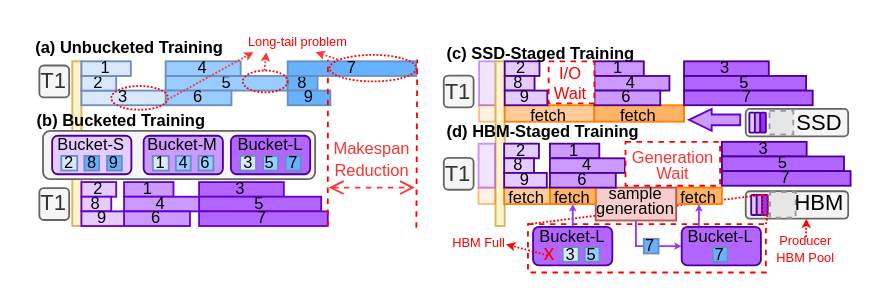
Earlier version of the draw.io diagram 7.14心脏矢量图/design_slot.drawio (GoodMorningSir/My_drawioPicture). Source tidied: cells renumbered, new cells numbered last; positions are measured from the earlier drawing's top-left corner, leaving out a move shared by most shapes. Both pictures are drawn from the tidied source at 183%, with x=0, y=0 at pixel (33, 31). Pictures stored in the file or linked from it are replaced by grey dashed boxes.
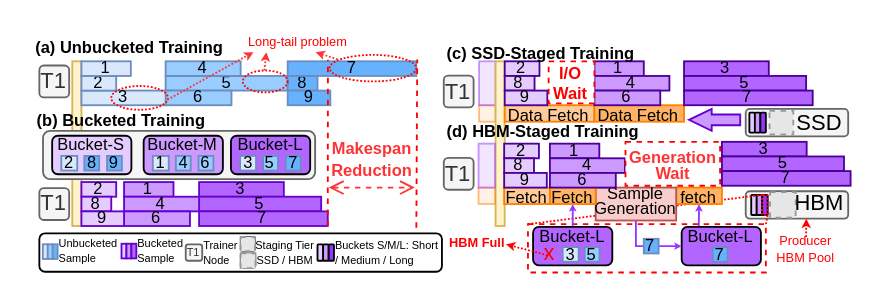
The same diagram, later.

Unchanged cells that the change refers to:
```xml
<mxCell id="5" style="group;" parent="1" vertex="1">
  <mxGeometry x="392" y="89" width="9" height="11" as="geometry" />
</mxCell>
<mxCell id="53" style="group;fillColor=none;" parent="1" vertex="1">
  <mxGeometry x="5" y="54" width="148.7" height="26.4" as="geometry" />
</mxCell>
<mxCell id="89" style="group;" parent="1" vertex="1">
  <mxGeometry x="272.8" y="106.5" width="43.3" height="21" as="geometry" />
</mxCell>
<mxCell id="95" style="group;" parent="1" vertex="1">
  <mxGeometry x="354" y="106.5" width="43.3" height="21" as="geometry" />
</mxCell>
<mxCell id="101" style="group;" parent="1" vertex="1">
  <mxGeometry x="389" y="42" width="56" height="15" as="geometry" />
</mxCell>
<mxCell id="115" style="group;" parent="1" vertex="1">
  <mxGeometry x="307" y="82" width="44" height="21" as="geometry" />
</mxCell>
```

Change to the diagram source:
```diff
@@
-    <mxCell id="6" style="rounded=1;whiteSpace=wrap;html=1;fontSize=9;strokeColor=#4C0099;fillColor=#E5CCFF;" parent="5" vertex="1">
+    <mxCell id="6" style="rounded=1;whiteSpace=wrap;html=1;fontSize=9;strokeColor=#000000;fillColor=#E5CCFF;" parent="5" vertex="1">
       <mxGeometry width="3" height="11" as="geometry" />
     </mxCell>
-    <mxCell id="7" style="rounded=1;whiteSpace=wrap;html=1;fontSize=9;strokeColor=#4C0099;fillColor=#CC99FF;" parent="5" vertex="1">
+    <mxCell id="7" style="rounded=1;whiteSpace=wrap;html=1;fontSize=9;strokeColor=#000000;fillColor=#CC99FF;" parent="5" vertex="1">
       <mxGeometry x="3" width="3" height="11" as="geometry" />
     </mxCell>
-    <mxCell id="8" style="rounded=1;whiteSpace=wrap;html=1;fontSize=9;strokeColor=#4C0099;fillColor=#9933FF;" parent="5" vertex="1">
+    <mxCell id="8" style="rounded=1;whiteSpace=wrap;html=1;fontSize=9;strokeColor=#000000;fillColor=#9933FF;" parent="5" vertex="1">
       <mxGeometry x="6" width="3" height="11" as="geometry" />
     </mxCell>
@@
-    <mxCell id="50" value="&lt;div style=&quot;line-height: 100%;&quot;&gt;&lt;font style=&quot;font-size: 9px; color: rgb(255, 51, 51); line-height: 100%;&quot;&gt;Makespan Reduction&lt;/font&gt;&lt;/div&gt;" style="text;html=1;whiteSpace=wrap;strokeColor=none;fillColor=none;align=center;verticalAlign=middle;rounded=0;" parent="1" vertex="1">
+    <mxCell id="50" value="&lt;div style=&quot;line-height: 100%;&quot;&gt;&lt;font style=&quot;font-size: 9px; color: rgb(255, 51, 51); line-height: 100%;&quot;&gt;&lt;b&gt;Makespan Reduction&lt;/b&gt;&lt;/font&gt;&lt;/div&gt;" style="text;html=1;whiteSpace=wrap;strokeColor=none;fillColor=none;align=center;verticalAlign=middle;rounded=0;" parent="1" vertex="1">
       <mxGeometry x="155" y="53" width="60" height="30" as="geometry" />
     </mxCell>
@@
-    <mxCell id="55" style="rounded=1;whiteSpace=wrap;html=1;fontSize=9;strokeColor=#4C0099;fillColor=#E5CCFF;" parent="53" vertex="1">
+    <mxCell id="55" style="rounded=1;whiteSpace=wrap;html=1;fontSize=9;strokeColor=#000000;fillColor=#E5CCFF;" parent="53" vertex="1">
       <mxGeometry x="5" y="2.7" width="43.3" height="21" as="geometry" />
     </mxCell>
@@
-    <mxCell id="60" style="rounded=1;whiteSpace=wrap;html=1;fontSize=9;strokeColor=#4C0099;fillColor=#CC99FF;" parent="53" vertex="1">
+    <mxCell id="60" style="rounded=1;whiteSpace=wrap;html=1;fontSize=9;strokeColor=default;fillColor=#CC99FF;" parent="53" vertex="1">
       <mxGeometry x="55" y="2.7" width="43.3" height="21" as="geometry" />
     </mxCell>
@@
-    <mxCell id="65" style="rounded=1;whiteSpace=wrap;html=1;fontSize=9;strokeColor=#4C0099;fillColor=#B266FF;" parent="53" vertex="1">
+    <mxCell id="65" style="rounded=1;whiteSpace=wrap;html=1;fontSize=9;strokeColor=#000000;fillColor=#B266FF;" parent="53" vertex="1">
       <mxGeometry x="102.7" y="2.7" width="43.3" height="21" as="geometry" />
     </mxCell>
@@
-    <mxCell id="71" value="&lt;div style=&quot;line-height: 70%;&quot;&gt;&lt;span style=&quot;font-size: 9px; background-color: transparent; color: light-dark(rgb(0, 0, 0), rgb(255, 255, 255));&quot;&gt;fetch&lt;/span&gt;&lt;/div&gt;" style="text;html=1;whiteSpace=wrap;strokeColor=#FF8000;fillColor=#FFCC99;align=center;verticalAlign=middle;rounded=0;" parent="1" vertex="1">
+    <mxCell id="71" value="&lt;div style=&quot;line-height: 70%;&quot;&gt;&lt;span style=&quot;font-size: 9px; background-color: transparent; color: light-dark(rgb(0, 0, 0), rgb(255, 255, 255));&quot;&gt;Data Fetch&lt;/span&gt;&lt;/div&gt;" style="text;html=1;whiteSpace=wrap;strokeColor=#FF8000;fillColor=#FFCC99;align=center;verticalAlign=middle;rounded=0;" parent="1" vertex="1">
       <mxGeometry x="257.3" y="40" width="49" height="9" as="geometry" />
     </mxCell>
-    <mxCell id="72" value="&lt;div style=&quot;line-height: 70%;&quot;&gt;&lt;span style=&quot;font-size: 9px; background-color: transparent; color: light-dark(rgb(0, 0, 0), rgb(255, 255, 255));&quot;&gt;fetch&lt;/span&gt;&lt;/div&gt;" style="text;html=1;whiteSpace=wrap;strokeColor=#FF8000;fillColor=#FFB366;align=center;verticalAlign=middle;rounded=0;" parent="1" vertex="1">
+    <mxCell id="72" value="&lt;div style=&quot;line-height: 70%;&quot;&gt;&lt;span style=&quot;font-size: 9px; background-color: transparent; color: light-dark(rgb(0, 0, 0), rgb(255, 255, 255));&quot;&gt;Data Fetch&lt;/span&gt;&lt;/div&gt;" style="text;html=1;whiteSpace=wrap;strokeColor=#FF8000;fillColor=#FFB366;align=center;verticalAlign=middle;rounded=0;" parent="1" vertex="1">
       <mxGeometry x="306.3" y="40" width="49" height="9" as="geometry" />
     </mxCell>
@@
-    <mxCell id="90" style="rounded=1;whiteSpace=wrap;html=1;fontSize=9;strokeColor=#4C0099;fillColor=#B266FF;" parent="89" vertex="1">
+    <mxCell id="90" style="rounded=1;whiteSpace=wrap;html=1;fontSize=9;strokeColor=#000000;fillColor=#B266FF;" parent="89" vertex="1">
       <mxGeometry width="43.3" height="21" as="geometry" />
     </mxCell>
@@
-    <mxCell id="96" style="rounded=1;whiteSpace=wrap;html=1;fontSize=9;strokeColor=#4C0099;fillColor=#B266FF;" parent="95" vertex="1">
+    <mxCell id="96" style="rounded=1;whiteSpace=wrap;html=1;fontSize=9;strokeColor=#000000;fillColor=#B266FF;" parent="95" vertex="1">
       <mxGeometry width="43.3" height="21" as="geometry" />
     </mxCell>
@@
-    <mxCell id="105" style="group;" parent="101" vertex="1">
+    <mxCell id="105" style="group;strokeColor=none;" parent="101" vertex="1">
       <mxGeometry x="2" y="2" width="9" height="11" as="geometry" />
     </mxCell>
-    <mxCell id="106" style="rounded=1;whiteSpace=wrap;html=1;fontSize=9;strokeColor=#4C0099;fillColor=#E5CCFF;" parent="105" vertex="1">
+    <mxCell id="106" style="rounded=1;whiteSpace=wrap;html=1;fontSize=9;strokeColor=#000000;fillColor=#E5CCFF;" parent="105" vertex="1">
       <mxGeometry width="3" height="11" as="geometry" />
     </mxCell>
-    <mxCell id="107" style="rounded=1;whiteSpace=wrap;html=1;fontSize=9;strokeColor=#4C0099;fillColor=#CC99FF;" parent="105" vertex="1">
+    <mxCell id="107" style="rounded=1;whiteSpace=wrap;html=1;fontSize=9;strokeColor=#000000;fillColor=#CC99FF;" parent="105" vertex="1">
       <mxGeometry x="3" width="3" height="11" as="geometry" />
     </mxCell>
-    <mxCell id="108" style="rounded=1;whiteSpace=wrap;html=1;fontSize=9;strokeColor=#4C0099;fillColor=#9933FF;" parent="105" vertex="1">
+    <mxCell id="108" style="rounded=1;whiteSpace=wrap;html=1;fontSize=9;strokeColor=#000000;fillColor=#9933FF;" parent="105" vertex="1">
       <mxGeometry x="6" width="3" height="11" as="geometry" />
     </mxCell>
@@
-    <mxCell id="114" value="&lt;font style=&quot;font-size: 7px; color: rgb(255, 0, 0);&quot;&gt;HBM Full&lt;/font&gt;" style="text;html=1;whiteSpace=wrap;strokeColor=none;fillColor=none;align=center;verticalAlign=middle;rounded=0;" parent="1" vertex="1">
-      <mxGeometry x="228" y="108" width="31" height="11" as="geometry" />
+    <mxCell id="114" value="&lt;font style=&quot;font-size: 7px; color: rgb(255, 0, 0);&quot;&gt;&lt;b&gt;HBM Full&lt;/b&gt;&lt;/font&gt;" style="text;html=1;whiteSpace=wrap;strokeColor=none;fillColor=none;align=center;verticalAlign=middle;rounded=0;" parent="1" vertex="1">
+      <mxGeometry x="226" y="108" width="33" height="11" as="geometry" />
     </mxCell>
@@
-    <mxCell id="117" value="&lt;div style=&quot;line-height: 60%;&quot;&gt;&lt;font style=&quot;font-size: 9px; line-height: 60%;&quot;&gt;sample&lt;/font&gt;&lt;div&gt;&lt;font style=&quot;font-size: 9px; line-height: 60%;&quot;&gt;generation&lt;/font&gt;&lt;/div&gt;&lt;/div&gt;" style="text;html=1;whiteSpace=wrap;strokeColor=none;fillColor=none;align=center;verticalAlign=middle;rounded=0;" parent="115" vertex="1">
+    <mxCell id="117" value="&lt;div style=&quot;line-height: 60%;&quot;&gt;&lt;font style=&quot;font-size: 9px; line-height: 60%;&quot;&gt;Sample&lt;/font&gt;&lt;div&gt;&lt;font style=&quot;font-size: 9px; line-height: 60%;&quot;&gt;Generation&lt;/font&gt;&lt;/div&gt;&lt;/div&gt;" style="text;html=1;whiteSpace=wrap;strokeColor=none;fillColor=none;align=center;verticalAlign=middle;rounded=0;" parent="115" vertex="1">
       <mxGeometry x="1" width="42" height="19" as="geometry" />
     </mxCell>
-    <mxCell id="118" value="&lt;div style=&quot;line-height: 70%;&quot;&gt;&lt;span style=&quot;font-size: 9px; background-color: transparent; color: light-dark(rgb(0, 0, 0), rgb(255, 255, 255));&quot;&gt;fetch&lt;/span&gt;&lt;/div&gt;" style="text;html=1;whiteSpace=wrap;strokeColor=#FF8000;fillColor=#FFB366;align=center;verticalAlign=middle;rounded=0;" parent="1" vertex="1">
+    <mxCell id="118" value="&lt;div style=&quot;line-height: 70%;&quot;&gt;&lt;span style=&quot;font-size: 9px; background-color: transparent; color: light-dark(rgb(0, 0, 0), rgb(255, 255, 255));&quot;&gt;Fetch&lt;/span&gt;&lt;/div&gt;" style="text;html=1;whiteSpace=wrap;strokeColor=#FF8000;fillColor=#FFB366;align=center;verticalAlign=middle;rounded=0;" parent="1" vertex="1">
       <mxGeometry x="282" y="85" width="25" height="9" as="geometry" />
     </mxCell>
-    <mxCell id="119" value="&lt;div style=&quot;line-height: 70%;&quot;&gt;&lt;span style=&quot;font-size: 9px; background-color: transparent; color: light-dark(rgb(0, 0, 0), rgb(255, 255, 255));&quot;&gt;fetch&lt;/span&gt;&lt;/div&gt;" style="text;html=1;whiteSpace=wrap;strokeColor=#FF8000;fillColor=#FFCC99;align=center;verticalAlign=middle;rounded=0;" parent="1" vertex="1">
+    <mxCell id="119" value="&lt;div style=&quot;line-height: 70%;&quot;&gt;&lt;span style=&quot;font-size: 9px; background-color: transparent; color: light-dark(rgb(0, 0, 0), rgb(255, 255, 255));&quot;&gt;Fetch&lt;/span&gt;&lt;/div&gt;" style="text;html=1;whiteSpace=wrap;strokeColor=#FF8000;fillColor=#FFCC99;align=center;verticalAlign=middle;rounded=0;" parent="1" vertex="1">
       <mxGeometry x="257" y="85" width="25" height="9" as="geometry" />
     </mxCell>
@@
-    <mxCell id="127" value="&lt;div style=&quot;line-height: 100%;&quot;&gt;&lt;span style=&quot;color: rgb(255, 51, 51);&quot;&gt;Generation Wait&lt;/span&gt;&lt;/div&gt;" style="text;html=1;whiteSpace=wrap;strokeColor=none;fillColor=none;align=center;verticalAlign=middle;rounded=0;fontSize=9;" parent="1" vertex="1">
+    <mxCell id="127" value="&lt;div style=&quot;line-height: 100%;&quot;&gt;&lt;span style=&quot;color: rgb(255, 51, 51);&quot;&gt;&lt;b&gt;Generation Wait&lt;/b&gt;&lt;/span&gt;&lt;/div&gt;" style="text;html=1;whiteSpace=wrap;strokeColor=none;fillColor=none;align=center;verticalAlign=middle;rounded=0;fontSize=9;" parent="1" vertex="1">
       <mxGeometry x="322" y="67" width="55" height="12" as="geometry" />
     </mxCell>
-    <mxCell id="128" value="&lt;font style=&quot;color: rgb(255, 0, 0);&quot;&gt;I/O Wait&lt;/font&gt;" style="rounded=0;whiteSpace=wrap;html=1;fillColor=default;dashed=1;strokeColor=#FF0000;fontSize=9;" parent="1" vertex="1">
+    <mxCell id="128" value="&lt;font style=&quot;color: rgb(255, 0, 0);&quot;&gt;&lt;b&gt;I/O Wait&lt;/b&gt;&lt;/font&gt;" style="rounded=0;whiteSpace=wrap;html=1;fillColor=default;dashed=1;strokeColor=#FF0000;fontSize=9;" parent="1" vertex="1">
       <mxGeometry x="281.3" y="16" width="25" height="23" as="geometry" />
     </mxCell>
@@
+    <mxCell id="131" style="rounded=1;whiteSpace=wrap;html=1;fontSize=7;" parent="1" vertex="1">
+      <mxGeometry x="3" y="110" width="220" height="21" as="geometry" />
+    </mxCell>
+    <mxCell id="132" value="&lt;font&gt;T1&lt;/font&gt;" style="rounded=1;whiteSpace=wrap;html=1;fillColor=#f5f5f5;strokeColor=#666666;fontColor=#333333;fontSize=6;" parent="1" vertex="1">
+      <mxGeometry x="83" y="116" width="9" height="9" as="geometry" />
+    </mxCell>
+    <mxCell id="133" value="&lt;div&gt;&lt;div&gt;Trainer&lt;/div&gt;&lt;div&gt;Node&lt;/div&gt;&lt;/div&gt;" style="text;html=1;whiteSpace=wrap;strokeColor=none;fillColor=none;align=left;verticalAlign=middle;rounded=0;fontSize=6;" parent="1" vertex="1">
+      <mxGeometry x="91.1" y="111.3" width="22.4" height="18.5" as="geometry" />
+    </mxCell>
+    <mxCell id="134" value="&lt;div&gt;Staging Tier SSD / HBM&lt;/div&gt;" style="text;html=1;whiteSpace=wrap;strokeColor=none;fillColor=none;align=center;verticalAlign=middle;rounded=0;fontSize=6;" parent="1" vertex="1">
+      <mxGeometry x="120" y="114.7" width="35.1" height="11.7" as="geometry" />
+    </mxCell>
+    <mxCell id="135" style="group;fontSize=6;" parent="1" vertex="1">
+      <mxGeometry x="113" y="121" width="8.1" height="9" as="geometry" />
+    </mxCell>
+    <mxCell id="136" style="rounded=1;whiteSpace=wrap;html=1;fillColor=#f5f5f5;fontColor=#333333;strokeColor=#666666;fontSize=6;" parent="135" vertex="1">
+      <mxGeometry width="8.1" height="7.8" as="geometry" />
+    </mxCell>
+    <mxCell id="137" style="fillColor=#E6E6E6;strokeColor=#999999;dashed=1;html=1;verticalAlign=top;verticalLabelPosition=bottom;labelBackgroundColor=#ffffff;fontSize=6;" parent="135" vertex="1">
+      <mxGeometry y="-0.1" width="8.1" height="8.1" as="geometry" />
+    </mxCell>
+    <mxCell id="138" style="group;fontSize=6;" parent="1" vertex="1">
+      <mxGeometry x="113" y="112" width="9" height="9" as="geometry" />
+    </mxCell>
+    <mxCell id="139" style="rounded=1;whiteSpace=wrap;html=1;fillColor=#f5f5f5;fontColor=#333333;strokeColor=#666666;fontSize=6;" parent="138" vertex="1">
+      <mxGeometry width="7.8" height="7.8" as="geometry" />
+    </mxCell>
+    <mxCell id="140" style="fillColor=#E6E6E6;strokeColor=#999999;dashed=1;verticalLabelPosition=bottom;labelBackgroundColor=default;verticalAlign=top;fontSize=6;" parent="138" vertex="1">
+      <mxGeometry width="7.8" height="7.8" as="geometry" />
+    </mxCell>
+    <mxCell id="141" value="&lt;div&gt;Unbucketed Sample&lt;/div&gt;" style="text;html=1;whiteSpace=wrap;strokeColor=none;fillColor=none;align=left;verticalAlign=middle;rounded=0;fontSize=6;" parent="1" vertex="1">
+      <mxGeometry x="12" y="113.9" width="35.1" height="11.7" as="geometry" />
+    </mxCell>
+    <mxCell id="142" style="group;" parent="1" vertex="1">
+      <mxGeometry x="160" y="116" width="9" height="9" as="geometry" />
+    </mxCell>
+    <mxCell id="143" style="rounded=1;whiteSpace=wrap;html=1;fontSize=9;strokeColor=#000000;fillColor=#9933FF;" parent="142" vertex="1">
+      <mxGeometry x="1" width="3" height="9" as="geometry" />
+    </mxCell>
+    <mxCell id="144" style="rounded=1;whiteSpace=wrap;html=1;fontSize=9;strokeColor=#000000;fillColor=#CC99FF;" parent="142" vertex="1">
+      <mxGeometry x="-2" width="3" height="9" as="geometry" />
+    </mxCell>
+    <mxCell id="145" style="rounded=1;whiteSpace=wrap;html=1;fontSize=9;strokeColor=#000000;fillColor=#E5CCFF;" parent="142" vertex="1">
+      <mxGeometry x="-5" width="3" height="9" as="geometry" />
+    </mxCell>
+    <mxCell id="146" style="group;" parent="1" vertex="1">
+      <mxGeometry x="47.9" y="115.7" width="8.1" height="8" as="geometry" />
+    </mxCell>
+    <mxCell id="147" style="rounded=0;whiteSpace=wrap;html=1;fillColor=#E5CCFF;strokeColor=#6600CC;fontSize=9;" parent="146" vertex="1">
+      <mxGeometry width="2.7" height="8" as="geometry" />
+    </mxCell>
+    <mxCell id="148" style="rounded=0;whiteSpace=wrap;html=1;fillColor=#CC99FF;strokeColor=#6600CC;fontSize=9;" parent="146" vertex="1">
+      <mxGeometry x="2.7" width="2.7" height="8" as="geometry" />
+    </mxCell>
+    <mxCell id="149" style="rounded=0;whiteSpace=wrap;html=1;fillColor=#B266FF;strokeColor=#6600CC;fontSize=9;" parent="146" vertex="1">
+      <mxGeometry x="5.4" width="2.7" height="8" as="geometry" />
+    </mxCell>
+    <mxCell id="150" style="group;" parent="1" vertex="1">
+      <mxGeometry x="4.9" y="116.7" width="8.1" height="8" as="geometry" />
+    </mxCell>
+    <mxCell id="151" style="rounded=0;whiteSpace=wrap;html=1;fillColor=#dae8fc;strokeColor=#6c8ebf;fontSize=7;" parent="150" vertex="1">
+      <mxGeometry y="-0.7" width="2.7" height="8" as="geometry" />
+    </mxCell>
+    <mxCell id="152" style="rounded=0;whiteSpace=wrap;html=1;fillColor=#99CCFF;strokeColor=#6c8ebf;fontSize=7;" parent="150" vertex="1">
+      <mxGeometry x="2.7" y="-0.7" width="2.7" height="8" as="geometry" />
+    </mxCell>
+    <mxCell id="153" style="rounded=0;whiteSpace=wrap;html=1;fillColor=#66B2FF;strokeColor=#6c8ebf;fontSize=7;" parent="150" vertex="1">
+      <mxGeometry x="5.4" y="-0.7" width="2.7" height="8" as="geometry" />
+    </mxCell>
+    <mxCell id="154" style="edgeStyle=orthogonalEdgeStyle;rounded=0;orthogonalLoop=1;jettySize=auto;html=1;innerLoopWaypoints=1;exitX=0.25;exitY=0;exitDx=0;exitDy=0;entryX=0.388;entryY=-0.093;entryDx=0;entryDy=0;entryPerimeter=0;" parent="150" edge="1" source="151" target="151">
+      <mxGeometry relative="1" as="geometry" />
+    </mxCell>
+    <mxCell id="155" value="&lt;div&gt;Bucketed Sample&lt;/div&gt;" style="text;html=1;whiteSpace=wrap;strokeColor=none;fillColor=none;align=left;verticalAlign=middle;rounded=0;fontSize=6;" parent="1" vertex="1">
+      <mxGeometry x="55.2" y="113.9" width="35.1" height="11.7" as="geometry" />
+    </mxCell>
+    <mxCell id="156" value="&lt;font style=&quot;line-height: 100%;&quot;&gt;Buckets S/M/L: Short / Medium / Long&lt;/font&gt;" style="text;html=1;whiteSpace=wrap;strokeColor=none;fillColor=none;align=left;verticalAlign=middle;rounded=0;fontSize=6;spacing=2;spacingTop=0;fontFamily=Helvetica;fontColor=default;fontStyle=0;" parent="1" vertex="1">
+      <mxGeometry x="163" y="114.1" width="60" height="13" as="geometry" />
+    </mxCell>
```
